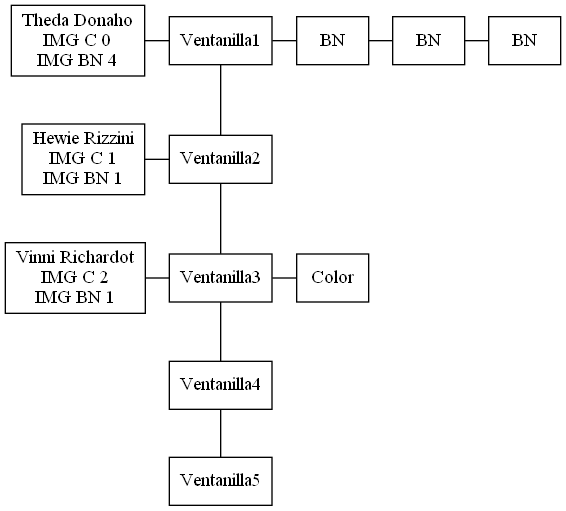
d-acetun/simulacion-sistema-impresion-de-imagenes keeps this Graphviz diagram as Fase1/listaVentanillas.png. Above is the earlier version. Its source is kept beside it as Fase1/listaVentanillas.dot.
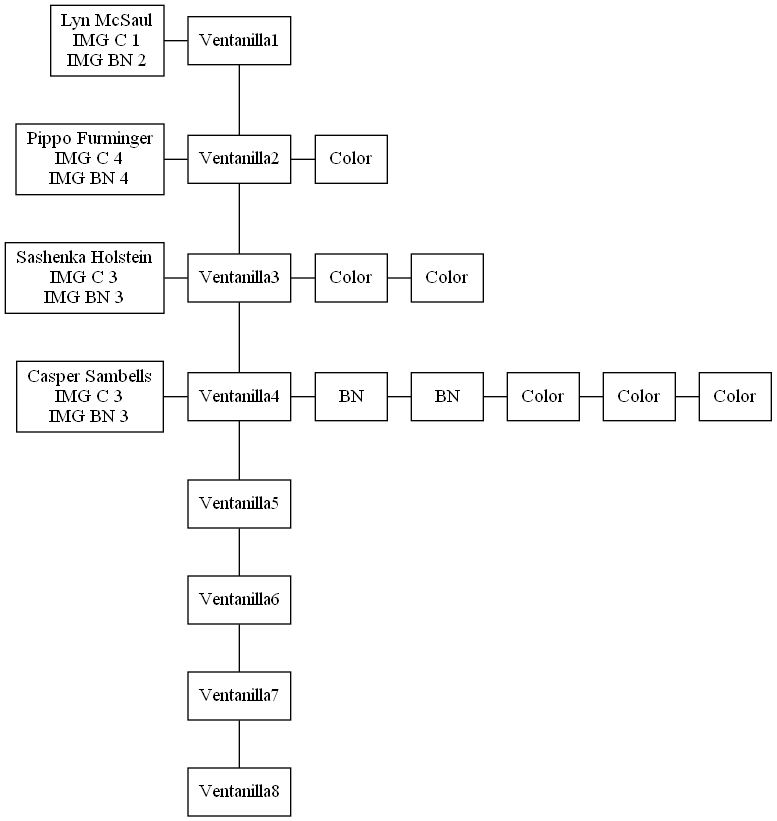
After the change.

The edit, as a diff of the source:
```diff
@@ -2,34 +2,55 @@
 node[shape=box]
 edge[arrowhead=none]
 0 [label=Ventanilla1]
-1 [label="Theda Donaho\nIMG C 0\nIMG BN 4"]
-2[label=BN]
-3[label=BN]
-4[label=BN]
-5 [label=Ventanilla2]
-6 [label="Hewie Rizzini\nIMG C 1\nIMG BN 1"]
-7 [label=Ventanilla3]
-8 [label="Vinni Richardot\nIMG C 2\nIMG BN 1"]
-9[label=Color]
-10 [label=Ventanilla4]
-11 [label=Ventanilla5]
+1 [label="Lyn McSaul\nIMG C 1\nIMG BN 2"]
+2 [label=Ventanilla2]
+3 [label="Pippo Furminger\nIMG C 4\nIMG BN 4"]
+4[label=Color]
+5 [label=Ventanilla3]
+6 [label="Sashenka Holstein\nIMG C 3\nIMG BN 3"]
+7[label=Color]
+8[label=Color]
+9 [label=Ventanilla4]
+10 [label="Casper Sambells\nIMG C 3\nIMG BN 3"]
+11[label=BN]
+12[label=BN]
+13[label=Color]
+14[label=Color]
+15[label=Color]
+16 [label=Ventanilla5]
+17 [label=Ventanilla6]
+18 [label=Ventanilla7]
+19 [label=Ventanilla8]
 1->0
 0->2
-2->3
-3->4
-0->5
+3->2
+2->4
+2->5
 6->5
 5->7
-8->7
-7->9
-7->10
-10->11
+7->8
+5->9
+10->9
+9->11
+11->12
+12->13
+13->14
+14->15
+9->16
+16->17
+17->18
+18->19
 {rank=same; 1; 0}
-{rank=same; 0; 2}
-{rank=same; 2; 3}
-{rank=same; 3; 4}
+{rank=same; 3; 2}
+{rank=same; 2; 4}
 {rank=same; 6; 5}
-{rank=same; 8; 7}
-{rank=same; 7; 9}
+{rank=same; 5; 7}
+{rank=same; 7; 8}
+{rank=same; 10; 9}
+{rank=same; 9; 11}
+{rank=same; 11; 12}
+{rank=same; 12; 13}
+{rank=same; 13; 14}
+{rank=same; 14; 15}
 rankdir=TB
 }
```
